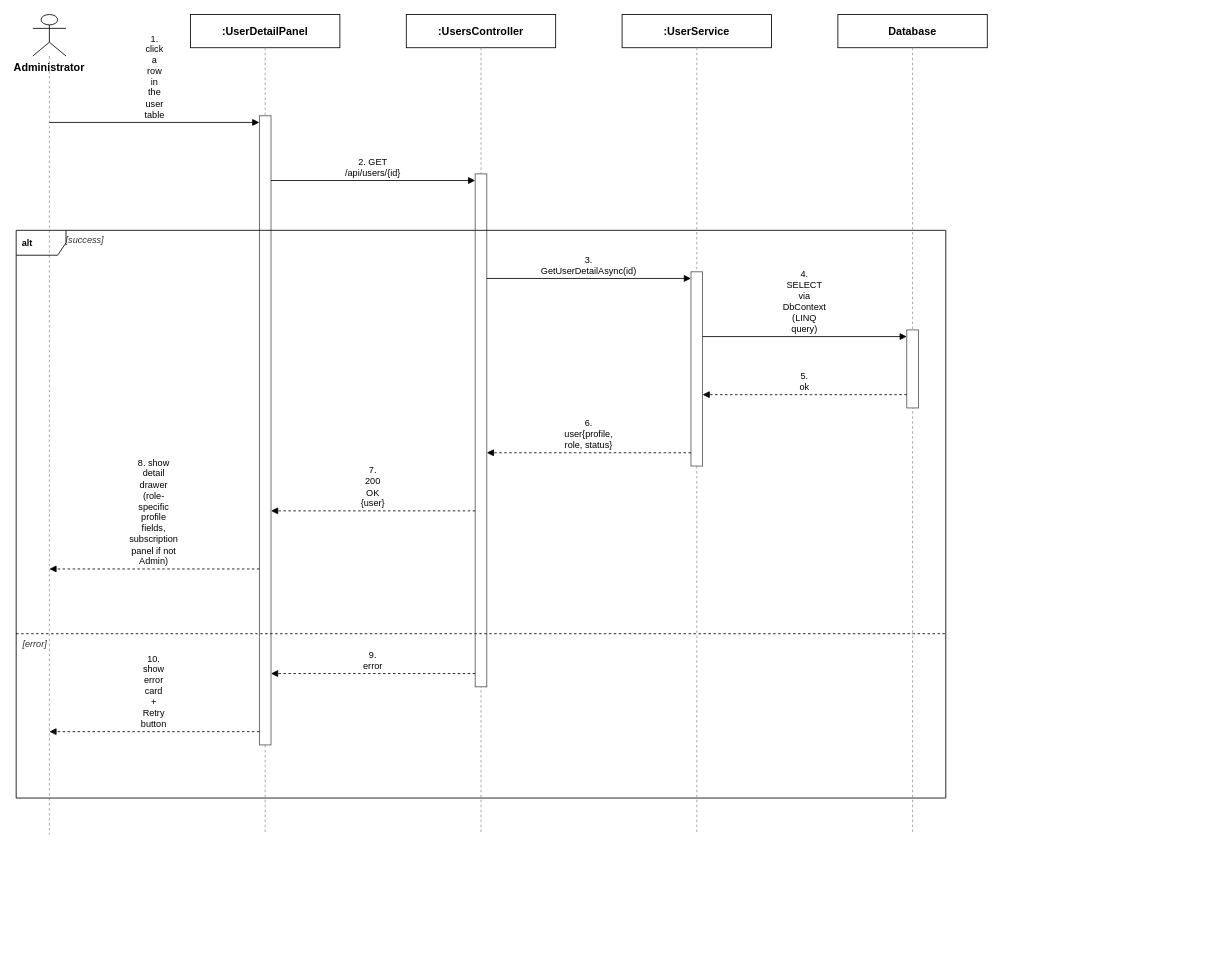
Above: docs/qa/Hien_SequenceDiagram/Report4_SequenceDiagram_View_User_Detail.drawio in tulklk/AI_Interview_Question_Generation_RAG_LLM_FE (draw.io), before the change. Source tidied: cells renumbered, new cells numbered last; positions are measured from the earlier drawing's top-left corner, leaving out a move shared by most shapes. Both pictures are drawn from the tidied source at 83%, with x=0, y=0 at pixel (16, 14).
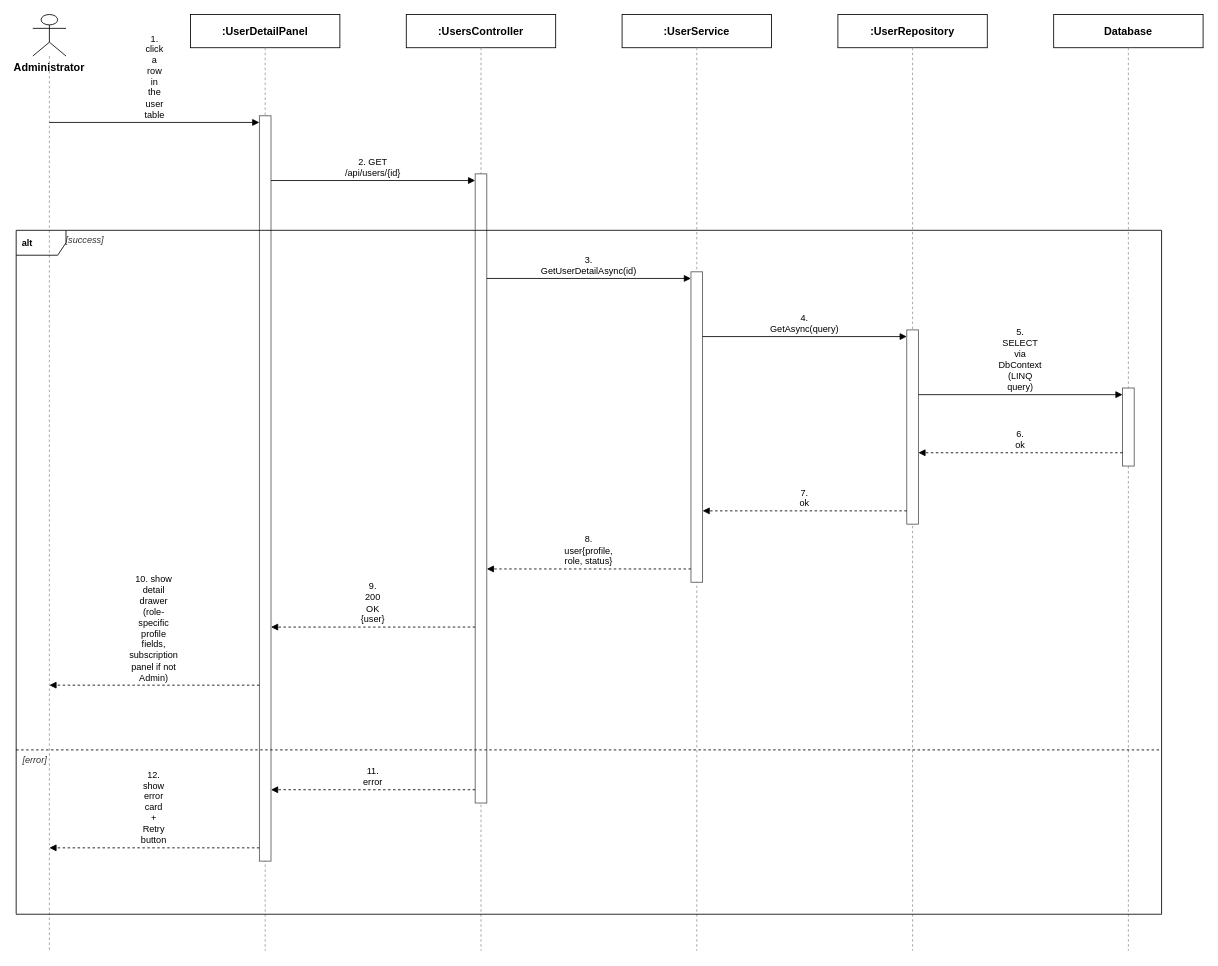
The same page after the edit.

Change to the diagram source:
```diff
@@
     <mxCell id="3" style="endArrow=none;dashed=1;html=1;strokeColor=#999999;" parent="1" edge="1">
       <mxGeometry relative="1" as="geometry">
         <mxPoint x="40" y="50" as="sourcePoint" />
-        <mxPoint x="40" y="988" as="targetPoint" />
+        <mxPoint x="40" y="1128" as="targetPoint" />
       </mxGeometry>
     </mxCell>
@@
     <mxCell id="5" style="endArrow=none;dashed=1;html=1;strokeColor=#999999;" parent="1" edge="1">
       <mxGeometry relative="1" as="geometry">
         <mxPoint x="300" y="40" as="sourcePoint" />
-        <mxPoint x="300" y="988" as="targetPoint" />
+        <mxPoint x="300" y="1128" as="targetPoint" />
       </mxGeometry>
     </mxCell>
@@
     <mxCell id="7" style="endArrow=none;dashed=1;html=1;strokeColor=#999999;" parent="1" edge="1">
       <mxGeometry relative="1" as="geometry">
         <mxPoint x="560" y="40" as="sourcePoint" />
-        <mxPoint x="560" y="988" as="targetPoint" />
+        <mxPoint x="560" y="1128" as="targetPoint" />
       </mxGeometry>
     </mxCell>
@@
     <mxCell id="9" style="endArrow=none;dashed=1;html=1;strokeColor=#999999;" parent="1" edge="1">
       <mxGeometry relative="1" as="geometry">
         <mxPoint x="820" y="40" as="sourcePoint" />
-        <mxPoint x="820" y="988" as="targetPoint" />
+        <mxPoint x="820" y="1128" as="targetPoint" />
       </mxGeometry>
     </mxCell>
-    <mxCell id="10" value="Database" style="rounded=0;whiteSpace=wrap;html=1;fontSize=13;fillColor=#ffffff;strokeColor=#000000;fontStyle=1;" parent="1" vertex="1">
+    <mxCell id="10" value=":UserRepository" style="rounded=0;whiteSpace=wrap;html=1;fontSize=13;fillColor=#ffffff;strokeColor=#000000;fontStyle=1;" parent="1" vertex="1">
       <mxGeometry x="990" width="180" height="40" as="geometry" />
     </mxCell>
     <mxCell id="11" style="endArrow=none;dashed=1;html=1;strokeColor=#999999;" parent="1" edge="1">
       <mxGeometry relative="1" as="geometry">
         <mxPoint x="1080" y="40" as="sourcePoint" />
-        <mxPoint x="1080" y="988" as="targetPoint" />
+        <mxPoint x="1080" y="1128" as="targetPoint" />
       </mxGeometry>
     </mxCell>
-    <mxCell id="12" style="rounded=0;whiteSpace=wrap;html=1;fillColor=#ffffff;strokeColor=#555555;" parent="1" vertex="1">
-      <mxGeometry x="293" y="122" width="14" height="758" as="geometry" />
+    <mxCell id="12" value="Database" style="rounded=0;whiteSpace=wrap;html=1;fontSize=13;fillColor=#ffffff;strokeColor=#000000;fontStyle=1;" parent="1" vertex="1">
+      <mxGeometry x="1250" width="180" height="40" as="geometry" />
     </mxCell>
-    <mxCell id="13" style="rounded=0;whiteSpace=wrap;html=1;fillColor=#ffffff;strokeColor=#555555;" parent="1" vertex="1">
-      <mxGeometry x="553" y="192" width="14" height="618" as="geometry" />
+    <mxCell id="13" style="endArrow=none;dashed=1;html=1;strokeColor=#999999;" parent="1" edge="1">
+      <mxGeometry relative="1" as="geometry">
+        <mxPoint x="1340" y="40" as="sourcePoint" />
+        <mxPoint x="1340" y="1128" as="targetPoint" />
+      </mxGeometry>
     </mxCell>
     <mxCell id="14" style="rounded=0;whiteSpace=wrap;html=1;fillColor=#ffffff;strokeColor=#555555;" parent="1" vertex="1">
-      <mxGeometry x="813" y="310" width="14" height="234" as="geometry" />
+      <mxGeometry x="293" y="122" width="14" height="898" as="geometry" />
     </mxCell>
     <mxCell id="15" style="rounded=0;whiteSpace=wrap;html=1;fillColor=#ffffff;strokeColor=#555555;" parent="1" vertex="1">
-      <mxGeometry x="1073" y="380" width="14" height="94" as="geometry" />
+      <mxGeometry x="553" y="192" width="14" height="758" as="geometry" />
     </mxCell>
-    <mxCell id="16" value="1. click a row in the user table" style="endArrow=block;endFill=1;html=1;whiteSpace=wrap;fontSize=11;align=center;verticalAlign=bottom;labelBackgroundColor=#ffffff;strokeColor=#000000;" parent="1" edge="1">
-      <mxGeometry relative="1" as="geometry">
-        <mxPoint x="40" y="130" as="sourcePoint" />
-        <mxPoint x="293" y="130" as="targetPoint" />
-      </mxGeometry>
+    <mxCell id="16" style="rounded=0;whiteSpace=wrap;html=1;fillColor=#ffffff;strokeColor=#555555;" parent="1" vertex="1">
+      <mxGeometry x="813" y="310" width="14" height="374" as="geometry" />
     </mxCell>
-    <mxCell id="17" value="2. GET /api/users/{id}" style="endArrow=block;endFill=1;html=1;whiteSpace=wrap;fontSize=11;align=center;verticalAlign=bottom;labelBackgroundColor=#ffffff;strokeColor=#000000;" parent="1" edge="1">
-      <mxGeometry relative="1" as="geometry">
-        <mxPoint x="307" y="200" as="sourcePoint" />
-        <mxPoint x="553" y="200" as="targetPoint" />
-      </mxGeometry>
+    <mxCell id="17" style="rounded=0;whiteSpace=wrap;html=1;fillColor=#ffffff;strokeColor=#555555;" parent="1" vertex="1">
+      <mxGeometry x="1073" y="380" width="14" height="234" as="geometry" />
     </mxCell>
-    <mxCell id="18" value="3. GetUserDetailAsync(id)" style="endArrow=block;endFill=1;html=1;whiteSpace=wrap;fontSize=11;align=center;verticalAlign=bottom;labelBackgroundColor=#ffffff;strokeColor=#000000;" parent="1" edge="1">
-      <mxGeometry relative="1" as="geometry">
-        <mxPoint x="567" y="318" as="sourcePoint" />
-        <mxPoint x="813" y="318" as="targetPoint" />
-      </mxGeometry>
+    <mxCell id="18" style="rounded=0;whiteSpace=wrap;html=1;fillColor=#ffffff;strokeColor=#555555;" parent="1" vertex="1">
+      <mxGeometry x="1333" y="450" width="14" height="94" as="geometry" />
     </mxCell>
-    <mxCell id="19" value="4. SELECT via DbContext (LINQ query)" style="endArrow=block;endFill=1;html=1;whiteSpace=wrap;fontSize=11;align=center;verticalAlign=bottom;labelBackgroundColor=#ffffff;strokeColor=#000000;" parent="1" edge="1">
+    <mxCell id="19" value="1. click a row in the user table" style="endArrow=block;endFill=1;html=1;whiteSpace=wrap;fontSize=11;align=center;verticalAlign=bottom;labelBackgroundColor=#ffffff;strokeColor=#000000;" parent="1" edge="1">
       <mxGeometry relative="1" as="geometry">
-        <mxPoint x="827" y="388" as="sourcePoint" />
-        <mxPoint x="1073" y="388" as="targetPoint" />
+        <mxPoint x="40" y="130" as="sourcePoint" />
+        <mxPoint x="293" y="130" as="targetPoint" />
       </mxGeometry>
     </mxCell>
-    <mxCell id="20" value="5. ok" style="endArrow=block;endFill=1;html=1;whiteSpace=wrap;dashed=1;fontSize=11;align=center;verticalAlign=bottom;labelBackgroundColor=#ffffff;strokeColor=#000000;" parent="1" edge="1">
+    <mxCell id="20" value="2. GET /api/users/{id}" style="endArrow=block;endFill=1;html=1;whiteSpace=wrap;fontSize=11;align=center;verticalAlign=bottom;labelBackgroundColor=#ffffff;strokeColor=#000000;" parent="1" edge="1">
       <mxGeometry relative="1" as="geometry">
-        <mxPoint x="1073" y="458" as="sourcePoint" />
-        <mxPoint x="827" y="458" as="targetPoint" />
+        <mxPoint x="307" y="200" as="sourcePoint" />
+        <mxPoint x="553" y="200" as="targetPoint" />
       </mxGeometry>
     </mxCell>
-    <mxCell id="21" value="6. user{profile, role, status}" style="endArrow=block;endFill=1;html=1;whiteSpace=wrap;dashed=1;fontSize=11;align=center;verticalAlign=bottom;labelBackgroundColor=#ffffff;strokeColor=#000000;" parent="1" edge="1">
+    <mxCell id="21" value="3. GetUserDetailAsync(id)" style="endArrow=block;endFill=1;html=1;whiteSpace=wrap;fontSize=11;align=center;verticalAlign=bottom;labelBackgroundColor=#ffffff;strokeColor=#000000;" parent="1" edge="1">
       <mxGeometry relative="1" as="geometry">
-        <mxPoint x="813" y="528" as="sourcePoint" />
-        <mxPoint x="567" y="528" as="targetPoint" />
+        <mxPoint x="567" y="318" as="sourcePoint" />
+        <mxPoint x="813" y="318" as="targetPoint" />
       </mxGeometry>
     </mxCell>
-    <mxCell id="22" value="7. 200 OK {user}" style="endArrow=block;endFill=1;html=1;whiteSpace=wrap;dashed=1;fontSize=11;align=center;verticalAlign=bottom;labelBackgroundColor=#ffffff;strokeColor=#000000;" parent="1" edge="1">
+    <mxCell id="22" value="4. GetAsync(query)" style="endArrow=block;endFill=1;html=1;whiteSpace=wrap;fontSize=11;align=center;verticalAlign=bottom;labelBackgroundColor=#ffffff;strokeColor=#000000;" parent="1" edge="1">
       <mxGeometry relative="1" as="geometry">
-        <mxPoint x="553" y="598" as="sourcePoint" />
-        <mxPoint x="307" y="598" as="targetPoint" />
+        <mxPoint x="827" y="388" as="sourcePoint" />
+        <mxPoint x="1073" y="388" as="targetPoint" />
       </mxGeometry>
     </mxCell>
-    <mxCell id="23" value="8. show detail drawer (role-specific profile fields,&lt;br&gt;subscription panel if not Admin)" style="endArrow=block;endFill=1;html=1;whiteSpace=wrap;dashed=1;fontSize=11;align=center;verticalAlign=bottom;labelBackgroundColor=#ffffff;strokeColor=#000000;" parent="1" edge="1">
+    <mxCell id="23" value="5. SELECT via DbContext (LINQ query)" style="endArrow=block;endFill=1;html=1;whiteSpace=wrap;fontSize=11;align=center;verticalAlign=bottom;labelBackgroundColor=#ffffff;strokeColor=#000000;" parent="1" edge="1">
       <mxGeometry relative="1" as="geometry">
-        <mxPoint x="293" y="668" as="sourcePoint" />
-        <mxPoint x="40" y="668" as="targetPoint" />
+        <mxPoint x="1087" y="458" as="sourcePoint" />
+        <mxPoint x="1333" y="458" as="targetPoint" />
       </mxGeometry>
     </mxCell>
-    <mxCell id="24" value="9. error" style="endArrow=block;endFill=1;html=1;whiteSpace=wrap;dashed=1;fontSize=11;align=center;verticalAlign=bottom;labelBackgroundColor=#ffffff;strokeColor=#000000;" parent="1" edge="1">
+    <mxCell id="24" value="6. ok" style="endArrow=block;endFill=1;html=1;whiteSpace=wrap;dashed=1;fontSize=11;align=center;verticalAlign=bottom;labelBackgroundColor=#ffffff;strokeColor=#000000;" parent="1" edge="1">
       <mxGeometry relative="1" as="geometry">
-        <mxPoint x="553" y="794" as="sourcePoint" />
-        <mxPoint x="307" y="794" as="targetPoint" />
+        <mxPoint x="1333" y="528" as="sourcePoint" />
+        <mxPoint x="1087" y="528" as="targetPoint" />
       </mxGeometry>
     </mxCell>
-    <mxCell id="25" value="10. show error card + Retry button" style="endArrow=block;endFill=1;html=1;whiteSpace=wrap;dashed=1;fontSize=11;align=center;verticalAlign=bottom;labelBackgroundColor=#ffffff;strokeColor=#000000;" parent="1" edge="1">
+    <mxCell id="25" value="7. ok" style="endArrow=block;endFill=1;html=1;whiteSpace=wrap;dashed=1;fontSize=11;align=center;verticalAlign=bottom;labelBackgroundColor=#ffffff;strokeColor=#000000;" parent="1" edge="1">
       <mxGeometry relative="1" as="geometry">
-        <mxPoint x="293" y="864" as="sourcePoint" />
-        <mxPoint x="40" y="864" as="targetPoint" />
+        <mxPoint x="1073" y="598" as="sourcePoint" />
+        <mxPoint x="827" y="598" as="targetPoint" />
       </mxGeometry>
     </mxCell>
-    <mxCell id="26" value="&lt;b&gt;&amp;nbsp;alt&amp;nbsp;&lt;/b&gt;" style="shape=umlFrame;whiteSpace=wrap;html=1;align=left;verticalAlign=top;fontSize=11;spacingLeft=2;spacingTop=2;strokeColor=#000000;fillColor=none;" parent="1" vertex="1">
-      <mxGeometry y="260" width="1120" height="684" as="geometry" />
+    <mxCell id="26" value="8. user{profile, role, status}" style="endArrow=block;endFill=1;html=1;whiteSpace=wrap;dashed=1;fontSize=11;align=center;verticalAlign=bottom;labelBackgroundColor=#ffffff;strokeColor=#000000;" parent="1" edge="1">
+      <mxGeometry relative="1" as="geometry">
+        <mxPoint x="813" y="668" as="sourcePoint" />
+        <mxPoint x="567" y="668" as="targetPoint" />
+      </mxGeometry>
     </mxCell>
-    <mxCell id="27" value="[success]" style="text;html=1;align=left;verticalAlign=middle;fontSize=11;fontColor=#333333;fontStyle=2;" parent="1" vertex="1">
-      <mxGeometry x="58" y="262" width="1056" height="20" as="geometry" />
+    <mxCell id="27" value="9. 200 OK {user}" style="endArrow=block;endFill=1;html=1;whiteSpace=wrap;dashed=1;fontSize=11;align=center;verticalAlign=bottom;labelBackgroundColor=#ffffff;strokeColor=#000000;" parent="1" edge="1">
+      <mxGeometry relative="1" as="geometry">
+        <mxPoint x="553" y="738" as="sourcePoint" />
+        <mxPoint x="307" y="738" as="targetPoint" />
+      </mxGeometry>
     </mxCell>
-    <mxCell id="28" style="endArrow=none;dashed=1;html=1;strokeColor=#000000;" parent="1" edge="1">
+    <mxCell id="28" value="10. show detail drawer (role-specific profile fields,&lt;br&gt;subscription panel if not Admin)" style="endArrow=block;endFill=1;html=1;whiteSpace=wrap;dashed=1;fontSize=11;align=center;verticalAlign=bottom;labelBackgroundColor=#ffffff;strokeColor=#000000;" parent="1" edge="1">
       <mxGeometry relative="1" as="geometry">
-        <mxPoint y="746" as="sourcePoint" />
-        <mxPoint x="1120" y="746" as="targetPoint" />
+        <mxPoint x="293" y="808" as="sourcePoint" />
+        <mxPoint x="40" y="808" as="targetPoint" />
       </mxGeometry>
     </mxCell>
-    <mxCell id="29" value="[error]" style="text;html=1;align=left;verticalAlign=middle;fontSize=11;fontColor=#333333;fontStyle=2;" parent="1" vertex="1">
-      <mxGeometry x="6" y="748" width="1108" height="20" as="geometry" />
+    <mxCell id="29" value="11. error" style="endArrow=block;endFill=1;html=1;whiteSpace=wrap;dashed=1;fontSize=11;align=center;verticalAlign=bottom;labelBackgroundColor=#ffffff;strokeColor=#000000;" parent="1" edge="1">
+      <mxGeometry relative="1" as="geometry">
+        <mxPoint x="553" y="934" as="sourcePoint" />
+        <mxPoint x="307" y="934" as="targetPoint" />
+      </mxGeometry>
     </mxCell>
+    <mxCell id="30" value="12. show error card + Retry button" style="endArrow=block;endFill=1;html=1;whiteSpace=wrap;dashed=1;fontSize=11;align=center;verticalAlign=bottom;labelBackgroundColor=#ffffff;strokeColor=#000000;" parent="1" edge="1">
+      <mxGeometry relative="1" as="geometry">
+        <mxPoint x="293" y="1004" as="sourcePoint" />
+        <mxPoint x="40" y="1004" as="targetPoint" />
+      </mxGeometry>
+    </mxCell>
+    <mxCell id="31" value="&lt;b&gt;&amp;nbsp;alt&amp;nbsp;&lt;/b&gt;" style="shape=umlFrame;whiteSpace=wrap;html=1;align=left;verticalAlign=top;fontSize=11;spacingLeft=2;spacingTop=2;strokeColor=#000000;fillColor=none;" parent="1" vertex="1">
+      <mxGeometry y="260" width="1380" height="824" as="geometry" />
+    </mxCell>
+    <mxCell id="32" value="[success]" style="text;html=1;align=left;verticalAlign=middle;fontSize=11;fontColor=#333333;fontStyle=2;" parent="1" vertex="1">
+      <mxGeometry x="58" y="262" width="1316" height="20" as="geometry" />
+    </mxCell>
+    <mxCell id="33" style="endArrow=none;dashed=1;html=1;strokeColor=#000000;" parent="1" edge="1">
+      <mxGeometry relative="1" as="geometry">
+        <mxPoint y="886" as="sourcePoint" />
+        <mxPoint x="1380" y="886" as="targetPoint" />
+      </mxGeometry>
+    </mxCell>
+    <mxCell id="34" value="[error]" style="text;html=1;align=left;verticalAlign=middle;fontSize=11;fontColor=#333333;fontStyle=2;" parent="1" vertex="1">
+      <mxGeometry x="6" y="888" width="1368" height="20" as="geometry" />
+    </mxCell>
```
